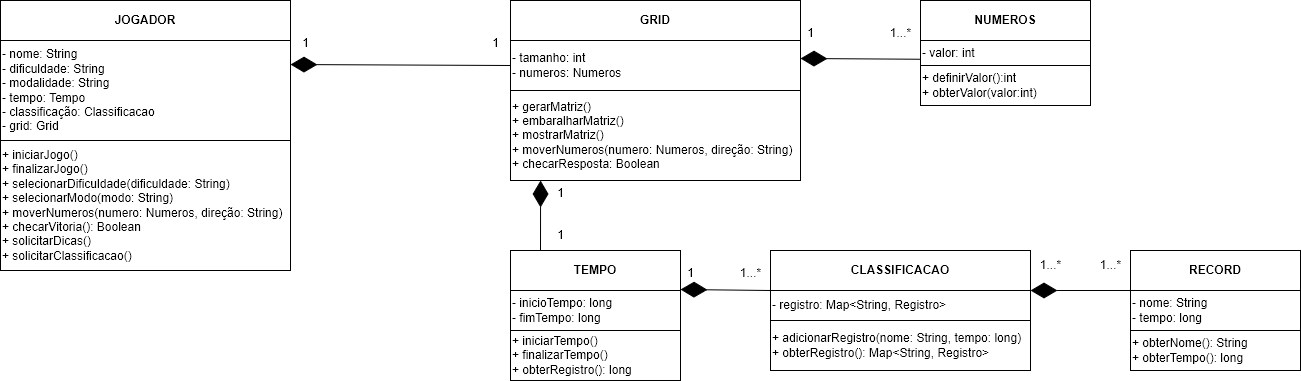
Before: Mini Projeto 3/Diagrama de Classes.png, a diagram exported from draw.io (Beatriz-ge/OO). Source tidied: cells renumbered, new cells last; positions are measured from the earlier drawing's top-left corner, leaving out a move shared by most shapes.
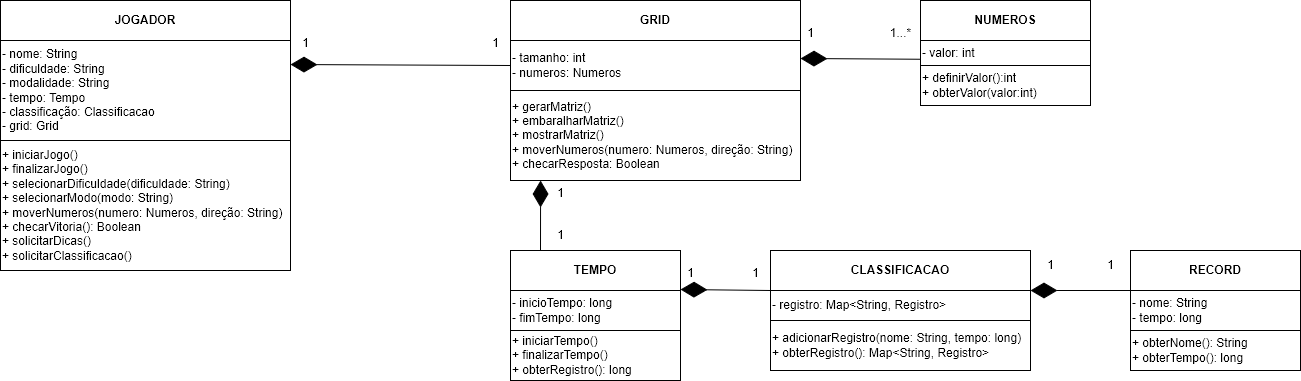
Above is the later version.

The edit, as a diff of the source:
```diff
@@ -105,14 +105,14 @@
     <mxCell id="31" value="1" style="text;html=1;align=center;verticalAlign=middle;strokeColor=none;fillColor=none;" parent="1" vertex="1">
       <mxGeometry x="675" y="258" width="30" height="30" as="geometry" />
     </mxCell>
-    <mxCell id="32" value="1...*" style="text;html=1;align=center;verticalAlign=middle;strokeColor=none;fillColor=none;" parent="1" vertex="1">
-      <mxGeometry x="730" y="258" width="40" height="30" as="geometry" />
+    <mxCell id="32" value="1" style="text;html=1;align=center;verticalAlign=middle;strokeColor=none;fillColor=none;" parent="1" vertex="1">
+      <mxGeometry x="740" y="258" width="30" height="30" as="geometry" />
     </mxCell>
-    <mxCell id="33" value="1...*" style="text;html=1;align=center;verticalAlign=middle;strokeColor=none;fillColor=none;" parent="1" vertex="1">
-      <mxGeometry x="1030" y="250" width="40" height="30" as="geometry" />
+    <mxCell id="33" value="1" style="text;html=1;align=center;verticalAlign=middle;strokeColor=none;fillColor=none;" parent="1" vertex="1">
+      <mxGeometry x="1035" y="250" width="30" height="30" as="geometry" />
     </mxCell>
-    <mxCell id="34" value="1...*" style="text;html=1;align=center;verticalAlign=middle;strokeColor=none;fillColor=none;" parent="1" vertex="1">
-      <mxGeometry x="1090" y="250" width="40" height="30" as="geometry" />
+    <mxCell id="34" value="1" style="text;html=1;align=center;verticalAlign=middle;strokeColor=none;fillColor=none;" parent="1" vertex="1">
+      <mxGeometry x="1095" y="250" width="30" height="30" as="geometry" />
     </mxCell>
   </root>
 </mxGraphModel>
```
